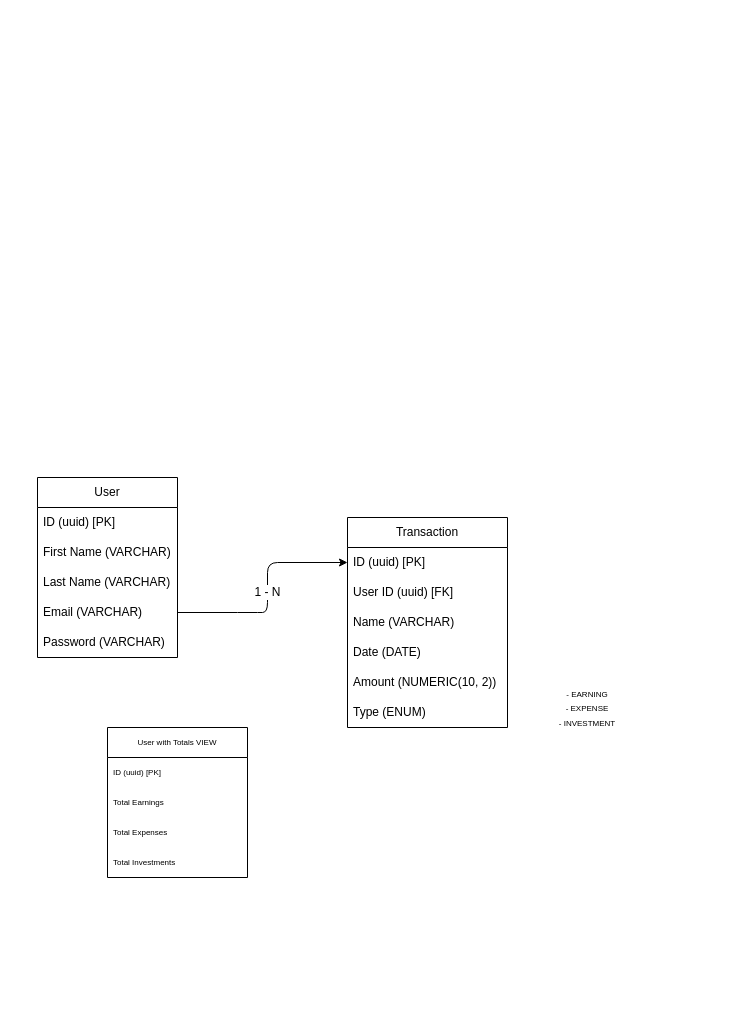
Earlier version of the draw.io diagram diagramaDB.drawio (Ivan-Leonardi/finance-app). Source tidied: cells renumbered, new cells numbered last; positions are measured from the earlier drawing's top-left corner, leaving out a move shared by most shapes. Both pictures are drawn from the tidied source at 100%, with x=0, y=0 at pixel (37, 477).
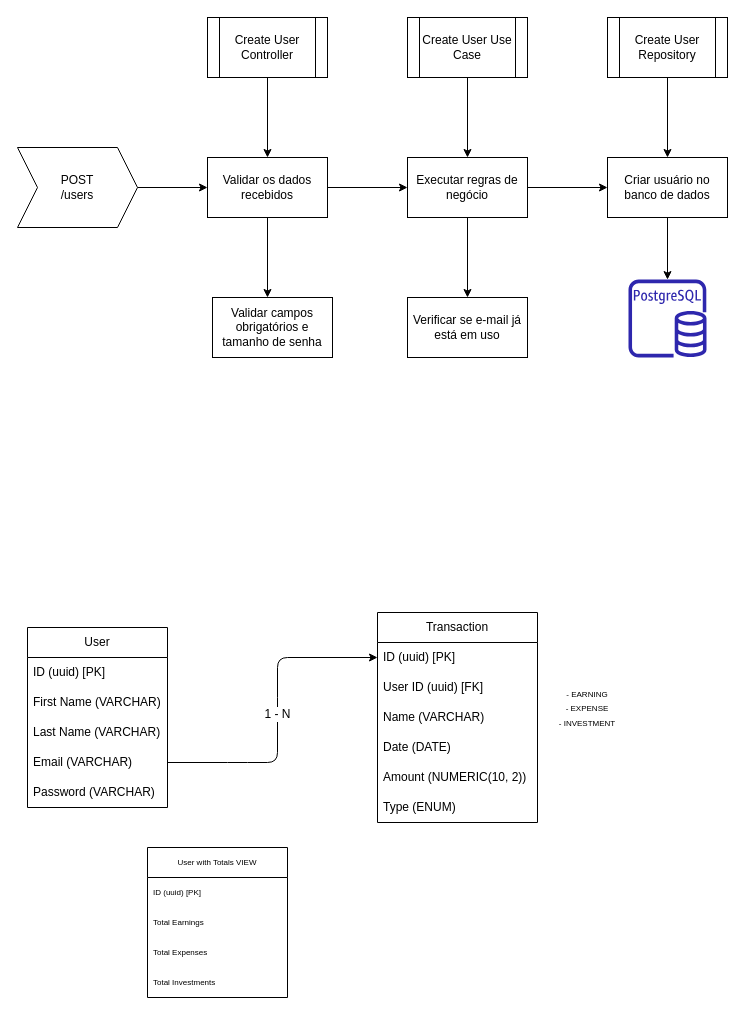
After the change.

Unchanged cells that the change refers to:
```xml
<mxCell id="6" value="Email (VARCHAR)" style="text;strokeColor=none;fillColor=none;align=left;verticalAlign=middle;spacingLeft=4;spacingRight=4;overflow=hidden;points=[[0,0.5],[1,0.5]];portConstraint=eastwest;whiteSpace=wrap;html=1;" parent="2" vertex="1">
  <mxGeometry y="120" width="140" height="30" as="geometry" />
</mxCell>
<mxCell id="9" value="ID (uuid) [PK]" style="text;strokeColor=none;fillColor=none;align=left;verticalAlign=middle;spacingLeft=4;spacingRight=4;overflow=hidden;points=[[0,0.5],[1,0.5]];portConstraint=eastwest;whiteSpace=wrap;html=1;" parent="8" vertex="1">
  <mxGeometry y="30" width="160" height="30" as="geometry" />
</mxCell>
```

Change to the diagram source:
```diff
@@
     <mxCell id="2" value="User" style="swimlane;fontStyle=0;horizontal=1;startSize=30;whiteSpace=wrap;html=1;" parent="1" vertex="1">
-      <mxGeometry width="140" height="180" as="geometry" />
+      <mxGeometry x="-10" y="150" width="140" height="180" as="geometry" />
     </mxCell>
@@
     <mxCell id="8" value="Transaction" style="swimlane;fontStyle=0;horizontal=1;startSize=30;whiteSpace=wrap;html=1;" parent="1" vertex="1">
-      <mxGeometry x="310" y="40" width="160" height="210" as="geometry" />
+      <mxGeometry x="340" y="135" width="160" height="210" as="geometry" />
     </mxCell>
@@
     <mxCell id="16" value="User with Totals VIEW" style="swimlane;fontStyle=0;horizontal=1;startSize=30;whiteSpace=wrap;html=1;fontSize=8;" parent="1" vertex="1">
-      <mxGeometry x="70" y="250" width="140" height="150" as="geometry" />
+      <mxGeometry x="110" y="370" width="140" height="150" as="geometry" />
     </mxCell>
@@
     <mxCell id="21" value="&lt;font style=&quot;font-size: 12px;&quot;&gt;1 - N&lt;/font&gt;" style="edgeStyle=none;html=1;exitX=1;exitY=0.5;exitDx=0;exitDy=0;entryX=0;entryY=0.5;entryDx=0;entryDy=0;fontSize=8;" parent="1" edge="1" source="6" target="9">
       <mxGeometry relative="1" as="geometry">
         <Array as="points">
-          <mxPoint x="210" y="135" />
-          <mxPoint x="230" y="135" />
-          <mxPoint x="230" y="85" />
+          <mxPoint x="200" y="285" />
+          <mxPoint x="240" y="285" />
+          <mxPoint x="240" y="230" />
+          <mxPoint x="240" y="180" />
         </Array>
       </mxGeometry>
     </mxCell>
+    <mxCell id="22" style="edgeStyle=none;html=1;" parent="1" edge="1" target="26">
+      <mxGeometry relative="1" as="geometry">
+        <mxPoint x="100" y="-290" as="sourcePoint" />
+      </mxGeometry>
+    </mxCell>
+    <mxCell id="23" value="POST&lt;br&gt;/users" style="shape=step;perimeter=stepPerimeter;whiteSpace=wrap;html=1;fixedSize=1;" parent="1" vertex="1">
+      <mxGeometry x="-20" y="-330" width="120" height="80" as="geometry" />
+    </mxCell>
+    <mxCell id="24" style="edgeStyle=none;html=1;" parent="1" edge="1" source="26" target="29">
+      <mxGeometry relative="1" as="geometry" />
+    </mxCell>
+    <mxCell id="25" style="edgeStyle=none;html=1;" parent="1" edge="1" source="26">
+      <mxGeometry relative="1" as="geometry">
+        <mxPoint x="230" y="-180" as="targetPoint" />
+      </mxGeometry>
+    </mxCell>
+    <mxCell id="26" value="Validar os dados recebidos" style="whiteSpace=wrap;html=1;" parent="1" vertex="1">
+      <mxGeometry x="170" y="-320" width="120" height="60" as="geometry" />
+    </mxCell>
+    <mxCell id="27" style="edgeStyle=none;html=1;" parent="1" edge="1" source="29">
+      <mxGeometry relative="1" as="geometry">
+        <mxPoint x="570" y="-290" as="targetPoint" />
+      </mxGeometry>
+    </mxCell>
+    <mxCell id="28" style="edgeStyle=none;html=1;" parent="1" edge="1" source="29">
+      <mxGeometry relative="1" as="geometry">
+        <mxPoint x="430" y="-180" as="targetPoint" />
+      </mxGeometry>
+    </mxCell>
+    <mxCell id="29" value="Executar regras de negócio" style="whiteSpace=wrap;html=1;" parent="1" vertex="1">
+      <mxGeometry x="370" y="-320" width="120" height="60" as="geometry" />
+    </mxCell>
+    <mxCell id="30" style="edgeStyle=none;html=1;" parent="1" edge="1">
+      <mxGeometry relative="1" as="geometry">
+        <mxPoint x="630" y="-260" as="sourcePoint" />
+        <mxPoint x="630" y="-197.9" as="targetPoint" />
+      </mxGeometry>
+    </mxCell>
+    <mxCell id="31" value="Criar usuário no banco de dados" style="whiteSpace=wrap;html=1;" parent="1" vertex="1">
+      <mxGeometry x="570" y="-320" width="120" height="60" as="geometry" />
+    </mxCell>
+    <mxCell id="32" value="Validar campos obrigatórios e tamanho de senha" style="whiteSpace=wrap;html=1;" parent="1" vertex="1">
+      <mxGeometry x="175" y="-180" width="120" height="60" as="geometry" />
+    </mxCell>
+    <mxCell id="33" value="Verificar se e-mail já está em uso" style="whiteSpace=wrap;html=1;" parent="1" vertex="1">
+      <mxGeometry x="370" y="-180" width="120" height="60" as="geometry" />
+    </mxCell>
+    <mxCell id="34" style="sketch=0;fontColor=#232F3E;gradientColor=none;fillColor=#2E27AD;strokeColor=none;dashed=0;verticalLabelPosition=bottom;verticalAlign=top;align=center;html=1;fontSize=12;fontStyle=0;shape=mxgraph.aws4.rds_postgresql_instance;" parent="1" vertex="1">
+      <mxGeometry x="591" y="-198" width="78" height="78" as="geometry" />
+    </mxCell>
+    <mxCell id="35" style="edgeStyle=none;html=1;entryX=0.5;entryY=0;entryDx=0;entryDy=0;" parent="1" edge="1" source="36" target="26">
+      <mxGeometry relative="1" as="geometry" />
+    </mxCell>
+    <mxCell id="36" value="Create User Controller" style="shape=process;whiteSpace=wrap;html=1;backgroundOutline=1;" parent="1" vertex="1">
+      <mxGeometry x="170" y="-460" width="120" height="60" as="geometry" />
+    </mxCell>
+    <mxCell id="37" style="edgeStyle=none;html=1;entryX=0.5;entryY=0;entryDx=0;entryDy=0;" parent="1" edge="1" source="38" target="29">
+      <mxGeometry relative="1" as="geometry" />
+    </mxCell>
+    <mxCell id="38" value="Create User Use Case" style="shape=process;whiteSpace=wrap;html=1;backgroundOutline=1;" parent="1" vertex="1">
+      <mxGeometry x="370" y="-460" width="120" height="60" as="geometry" />
+    </mxCell>
+    <mxCell id="39" style="edgeStyle=none;html=1;entryX=0.5;entryY=0;entryDx=0;entryDy=0;" parent="1" edge="1" source="40" target="31">
+      <mxGeometry relative="1" as="geometry" />
+    </mxCell>
+    <mxCell id="40" value="Create User Repository" style="shape=process;whiteSpace=wrap;html=1;backgroundOutline=1;" parent="1" vertex="1">
+      <mxGeometry x="570" y="-460" width="120" height="60" as="geometry" />
+    </mxCell>
```
